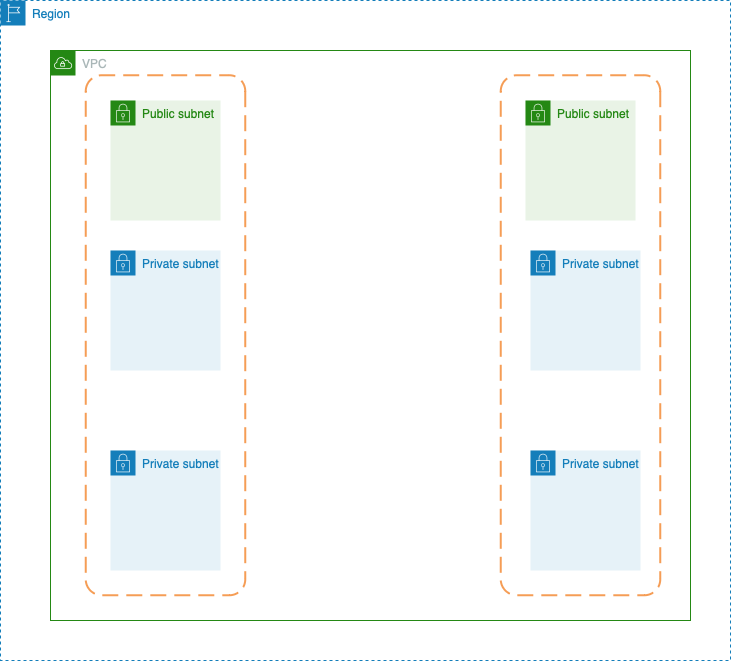
Above: modules/vpc/vpc.drawio.png in Okawuma/IAC-VPC (draw.io), before the change. Source tidied: cells renumbered, new cells last; positions are measured from the earlier drawing's top-left corner, leaving out a move shared by most shapes.
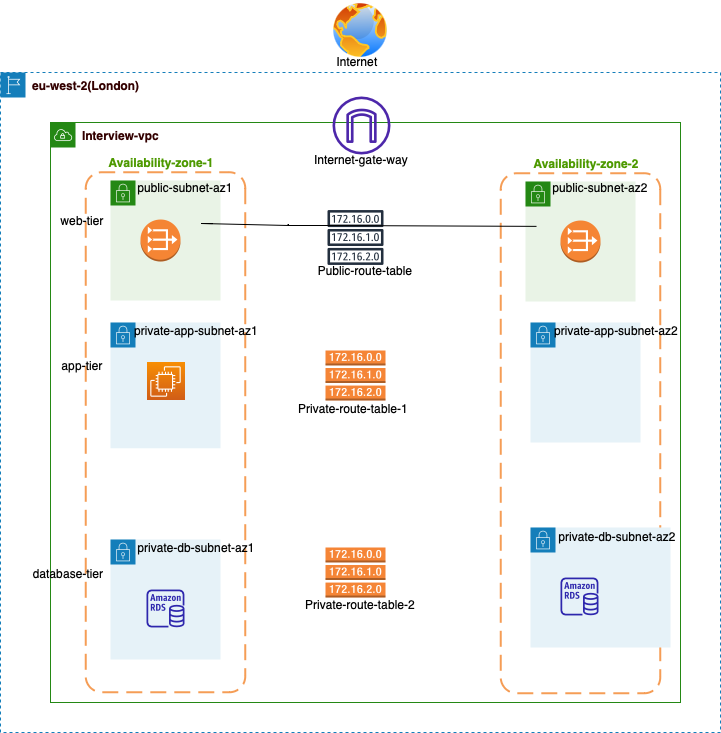
Above is the later version.

Change to the diagram source:
```diff
@@ -2,35 +2,124 @@
   <root>
     <mxCell id="0" />
     <mxCell id="1" parent="0" />
-    <mxCell id="2" value="Region" style="gradientColor=none;html=1;whiteSpace=wrap;fontSize=12;fontStyle=0;shape=mxgraph.aws4.group;grIcon=mxgraph.aws4.group_region;strokeColor=#147EBA;fillColor=none;verticalAlign=top;align=left;spacingLeft=30;fontColor=#147EBA;dashed=1;" parent="1" vertex="1">
-      <mxGeometry x="95" width="730" height="660" as="geometry" />
+    <mxCell id="2" value="&lt;font color=&quot;#330000&quot;&gt;&lt;b&gt;eu-west-2(London)&lt;/b&gt;&lt;/font&gt;" style="gradientColor=none;html=1;whiteSpace=wrap;fontSize=12;fontStyle=0;shape=mxgraph.aws4.group;grIcon=mxgraph.aws4.group_region;strokeColor=#147EBA;fillColor=none;verticalAlign=top;align=left;spacingLeft=30;fontColor=#147EBA;dashed=1;" parent="1" vertex="1">
+      <mxGeometry x="95" width="720" height="660" as="geometry" />
     </mxCell>
-    <mxCell id="3" value="VPC" style="gradientColor=none;html=1;whiteSpace=wrap;fontSize=12;fontStyle=0;shape=mxgraph.aws4.group;grIcon=mxgraph.aws4.group_vpc;strokeColor=#248814;fillColor=none;verticalAlign=top;align=left;spacingLeft=30;fontColor=#AAB7B8;dashed=0;" parent="1" vertex="1">
-      <mxGeometry x="145" y="50" width="640" height="570" as="geometry" />
+    <mxCell id="3" value="&lt;font color=&quot;#330000&quot;&gt;&lt;span style=&quot;caret-color: rgb(51, 0, 0);&quot;&gt;&lt;b&gt;Interview-vpc&lt;/b&gt;&lt;/span&gt;&lt;/font&gt;" style="gradientColor=none;html=1;whiteSpace=wrap;fontSize=12;fontStyle=0;shape=mxgraph.aws4.group;grIcon=mxgraph.aws4.group_vpc;strokeColor=#248814;fillColor=none;verticalAlign=top;align=left;spacingLeft=30;fontColor=#AAB7B8;dashed=0;" parent="1" vertex="1">
+      <mxGeometry x="145" y="50" width="630" height="580" as="geometry" />
     </mxCell>
     <mxCell id="4" style="rounded=1;arcSize=10;dashed=1;strokeColor=#F59D56;fillColor=none;gradientColor=none;dashPattern=8 4;strokeWidth=2;rotation=90;fontStyle=1;" parent="3" vertex="1">
-      <mxGeometry x="-145" y="205" width="520" height="159.5" as="geometry" />
+      <mxGeometry x="-145" y="230" width="520" height="159.5" as="geometry" />
     </mxCell>
-    <mxCell id="5" value="Public subnet" style="gradientColor=none;html=1;whiteSpace=wrap;fontSize=12;fontStyle=0;shape=mxgraph.aws4.group;grIcon=mxgraph.aws4.group_security_group;grStroke=0;strokeColor=#248814;fillColor=#E9F3E6;verticalAlign=top;align=left;spacingLeft=30;fontColor=#248814;dashed=0;" parent="3" vertex="1">
-      <mxGeometry x="60" y="50" width="110" height="120" as="geometry" />
+    <mxCell id="5" style="gradientColor=none;html=1;whiteSpace=wrap;fontSize=12;fontStyle=0;shape=mxgraph.aws4.group;grIcon=mxgraph.aws4.group_security_group;grStroke=0;strokeColor=#248814;fillColor=#E9F3E6;verticalAlign=top;align=left;spacingLeft=30;fontColor=#248814;dashed=0;" parent="3" vertex="1">
+      <mxGeometry x="60" y="58" width="110" height="120" as="geometry" />
     </mxCell>
+    <mxCell id="12" style="dashed=0;verticalLabelPosition=bottom;verticalAlign=top;align=center;html=1;shape=mxgraph.aws3.vpc_nat_gateway;fillColor=#F58534;gradientColor=none;" parent="5" vertex="1">
+      <mxGeometry x="30" y="39" width="40" height="42" as="geometry" />
+    </mxCell>
+    <mxCell id="13" value="public-subnet-az1" style="text;html=1;strokeColor=none;fillColor=none;align=center;verticalAlign=middle;whiteSpace=wrap;rounded=0;" parent="5" vertex="1">
+      <mxGeometry x="20" y="-8" width="110" height="30" as="geometry" />
+    </mxCell>
     <mxCell id="6" style="rounded=1;arcSize=10;dashed=1;strokeColor=#F59D56;fillColor=none;gradientColor=none;dashPattern=8 4;strokeWidth=2;rotation=90;" parent="3" vertex="1">
-      <mxGeometry x="270" y="205" width="520" height="159.5" as="geometry" />
+      <mxGeometry x="270" y="231" width="520" height="159.5" as="geometry" />
     </mxCell>
-    <mxCell id="7" value="Public subnet" style="gradientColor=none;html=1;whiteSpace=wrap;fontSize=12;fontStyle=0;shape=mxgraph.aws4.group;grIcon=mxgraph.aws4.group_security_group;grStroke=0;strokeColor=#248814;fillColor=#E9F3E6;verticalAlign=top;align=left;spacingLeft=30;fontColor=#248814;dashed=0;" parent="3" vertex="1">
-      <mxGeometry x="475" y="50" width="110" height="120" as="geometry" />
+    <mxCell id="7" style="gradientColor=none;html=1;whiteSpace=wrap;fontSize=12;fontStyle=0;shape=mxgraph.aws4.group;grIcon=mxgraph.aws4.group_security_group;grStroke=0;strokeColor=#248814;fillColor=#E9F3E6;verticalAlign=top;align=left;spacingLeft=30;fontColor=#248814;dashed=0;" parent="3" vertex="1">
+      <mxGeometry x="475" y="59" width="110" height="120" as="geometry" />
     </mxCell>
+    <mxCell id="14" style="dashed=0;verticalLabelPosition=bottom;verticalAlign=top;align=center;html=1;shape=mxgraph.aws3.vpc_nat_gateway;fillColor=#F58534;gradientColor=none;" parent="7" vertex="1">
+      <mxGeometry x="35" y="39" width="40" height="42" as="geometry" />
+    </mxCell>
-    <mxCell id="8" value="Private subnet" style="gradientColor=none;html=1;whiteSpace=wrap;fontSize=12;fontStyle=0;shape=mxgraph.aws4.group;grIcon=mxgraph.aws4.group_security_group;grStroke=0;strokeColor=#147EBA;fillColor=#E6F2F8;verticalAlign=top;align=left;spacingLeft=30;fontColor=#147EBA;dashed=0;" parent="3" vertex="1">
-      <mxGeometry x="60" y="200" width="110" height="120" as="geometry" />
+    <mxCell id="8" style="gradientColor=none;html=1;whiteSpace=wrap;fontSize=12;fontStyle=0;shape=mxgraph.aws4.group;grIcon=mxgraph.aws4.group_security_group;grStroke=0;strokeColor=#147EBA;fillColor=#E6F2F8;verticalAlign=top;align=left;spacingLeft=30;fontColor=#147EBA;dashed=0;" parent="3" vertex="1">
+      <mxGeometry x="60" y="200" width="110" height="125.8" as="geometry" />
     </mxCell>
-    <mxCell id="9" value="Private subnet" style="gradientColor=none;html=1;whiteSpace=wrap;fontSize=12;fontStyle=0;shape=mxgraph.aws4.group;grIcon=mxgraph.aws4.group_security_group;grStroke=0;strokeColor=#147EBA;fillColor=#E6F2F8;verticalAlign=top;align=left;spacingLeft=30;fontColor=#147EBA;dashed=0;" parent="3" vertex="1">
-      <mxGeometry x="60" y="400" width="110" height="120" as="geometry" />
+    <mxCell id="9" style="gradientColor=none;html=1;whiteSpace=wrap;fontSize=12;fontStyle=0;shape=mxgraph.aws4.group;grIcon=mxgraph.aws4.group_security_group;grStroke=0;strokeColor=#147EBA;fillColor=#E6F2F8;verticalAlign=top;align=left;spacingLeft=30;fontColor=#147EBA;dashed=0;" parent="3" vertex="1">
+      <mxGeometry x="60" y="417" width="110" height="120" as="geometry" />
     </mxCell>
+    <mxCell id="15" style="sketch=0;fontColor=#232F3E;gradientColor=none;fillColor=#2E27AD;strokeColor=none;dashed=0;verticalLabelPosition=bottom;verticalAlign=top;align=center;html=1;fontSize=12;fontStyle=0;shape=mxgraph.aws4.rds_instance;" parent="9" vertex="1">
+      <mxGeometry x="36" y="50" width="38" height="38" as="geometry" />
+    </mxCell>
-    <mxCell id="10" value="Private subnet" style="gradientColor=none;html=1;whiteSpace=wrap;fontSize=12;fontStyle=0;shape=mxgraph.aws4.group;grIcon=mxgraph.aws4.group_security_group;grStroke=0;strokeColor=#147EBA;fillColor=#E6F2F8;verticalAlign=top;align=left;spacingLeft=30;fontColor=#147EBA;dashed=0;" parent="3" vertex="1">
-      <mxGeometry x="480" y="400" width="110" height="120" as="geometry" />
+    <mxCell id="10" style="gradientColor=none;html=1;whiteSpace=wrap;fontSize=12;fontStyle=0;shape=mxgraph.aws4.group;grIcon=mxgraph.aws4.group_security_group;grStroke=0;strokeColor=#147EBA;fillColor=#E6F2F8;verticalAlign=top;align=left;spacingLeft=30;fontColor=#147EBA;dashed=0;" parent="3" vertex="1">
+      <mxGeometry x="480" y="405" width="140" height="120" as="geometry" />
     </mxCell>
+    <mxCell id="16" style="sketch=0;fontColor=#232F3E;gradientColor=none;fillColor=#2E27AD;strokeColor=none;dashed=0;verticalLabelPosition=bottom;verticalAlign=top;align=center;html=1;fontSize=12;fontStyle=0;shape=mxgraph.aws4.rds_instance;" parent="10" vertex="1">
+      <mxGeometry x="30" y="50" width="38" height="38" as="geometry" />
+    </mxCell>
-    <mxCell id="11" value="Private subnet" style="gradientColor=none;html=1;whiteSpace=wrap;fontSize=12;fontStyle=0;shape=mxgraph.aws4.group;grIcon=mxgraph.aws4.group_security_group;grStroke=0;strokeColor=#147EBA;fillColor=#E6F2F8;verticalAlign=top;align=left;spacingLeft=30;fontColor=#147EBA;dashed=0;" parent="3" vertex="1">
+    <mxCell id="11" style="gradientColor=none;html=1;whiteSpace=wrap;fontSize=12;fontStyle=0;shape=mxgraph.aws4.group;grIcon=mxgraph.aws4.group_security_group;grStroke=0;strokeColor=#147EBA;fillColor=#E6F2F8;verticalAlign=top;align=left;spacingLeft=30;fontColor=#147EBA;dashed=0;" parent="3" vertex="1">
       <mxGeometry x="480" y="200" width="110" height="120" as="geometry" />
     </mxCell>
+    <mxCell id="17" value="private-app-subnet-az2" style="text;html=1;strokeColor=none;fillColor=none;align=center;verticalAlign=middle;whiteSpace=wrap;rounded=0;" parent="11" vertex="1">
+      <mxGeometry x="22" y="-7" width="128" height="30" as="geometry" />
+    </mxCell>
+    <mxCell id="18" style="sketch=0;fontColor=#232F3E;gradientColor=none;strokeColor=#232F3E;fillColor=#ffffff;dashed=0;verticalLabelPosition=bottom;verticalAlign=top;align=center;html=1;fontSize=12;fontStyle=0;shape=mxgraph.aws4.resourceIcon;resIcon=mxgraph.aws4.route_table;" parent="3" vertex="1">
+      <mxGeometry x="270" y="80" width="70" height="70" as="geometry" />
+    </mxCell>
+    <mxCell id="19" style="sketch=0;fontColor=#232F3E;gradientColor=#F78E04;gradientDirection=north;fillColor=#D05C17;strokeColor=#ffffff;dashed=0;verticalLabelPosition=bottom;verticalAlign=top;align=center;html=1;fontSize=12;fontStyle=0;shape=mxgraph.aws4.resourceIcon;resIcon=mxgraph.aws4.ec2;" parent="3" vertex="1">
+      <mxGeometry x="96" y="240" width="38" height="38" as="geometry" />
+    </mxCell>
+    <mxCell id="20" style="sketch=0;fontColor=#232F3E;gradientColor=none;fillColor=#4D27AA;strokeColor=none;dashed=0;verticalLabelPosition=bottom;verticalAlign=top;align=center;html=1;fontSize=12;fontStyle=0;shape=mxgraph.aws4.internet_gateway;" parent="3" vertex="1">
+      <mxGeometry x="282" y="-26" width="58" height="58" as="geometry" />
+    </mxCell>
+    <mxCell id="21" style="dashed=0;verticalLabelPosition=bottom;verticalAlign=top;align=center;html=1;shape=mxgraph.aws3.route_table;fillColor=#F58536;gradientColor=none;" parent="3" vertex="1">
+      <mxGeometry x="275" y="228" width="60" height="50" as="geometry" />
+    </mxCell>
+    <mxCell id="22" style="dashed=0;verticalLabelPosition=bottom;verticalAlign=top;align=center;html=1;shape=mxgraph.aws3.route_table;fillColor=#F58536;gradientColor=none;" parent="3" vertex="1">
+      <mxGeometry x="275" y="425" width="60" height="50" as="geometry" />
+    </mxCell>
+    <mxCell id="23" value="Internet-gate-way" style="text;html=1;strokeColor=none;fillColor=none;align=center;verticalAlign=middle;whiteSpace=wrap;rounded=0;" parent="3" vertex="1">
+      <mxGeometry x="256" y="22" width="110" height="30" as="geometry" />
+    </mxCell>
+    <mxCell id="24" value="Private-route-table-1" style="text;html=1;strokeColor=none;fillColor=none;align=center;verticalAlign=middle;whiteSpace=wrap;rounded=0;" parent="3" vertex="1">
+      <mxGeometry x="243" y="271" width="120" height="30" as="geometry" />
+    </mxCell>
+    <mxCell id="25" value="Private-route-table-2" style="text;html=1;strokeColor=none;fillColor=none;align=center;verticalAlign=middle;whiteSpace=wrap;rounded=0;" parent="3" vertex="1">
+      <mxGeometry x="250" y="467" width="120" height="30" as="geometry" />
+    </mxCell>
+    <mxCell id="26" value="Public-route-table" style="text;html=1;strokeColor=none;fillColor=none;align=center;verticalAlign=middle;whiteSpace=wrap;rounded=0;" parent="3" vertex="1">
+      <mxGeometry x="260" y="133" width="110" height="30" as="geometry" />
+    </mxCell>
+    <mxCell id="27" value="web-tier" style="text;html=1;strokeColor=none;fillColor=none;align=center;verticalAlign=middle;whiteSpace=wrap;rounded=0;" parent="3" vertex="1">
+      <mxGeometry x="-13" y="83" width="90" height="30" as="geometry" />
+    </mxCell>
+    <mxCell id="28" value="app-tier" style="text;html=1;strokeColor=none;fillColor=none;align=center;verticalAlign=middle;whiteSpace=wrap;rounded=0;" parent="3" vertex="1">
+      <mxGeometry x="-13" y="228" width="90" height="30" as="geometry" />
+    </mxCell>
+    <mxCell id="29" value="database-tier" style="text;html=1;strokeColor=none;fillColor=none;align=center;verticalAlign=middle;whiteSpace=wrap;rounded=0;" parent="3" vertex="1">
+      <mxGeometry x="-27" y="436" width="90" height="30" as="geometry" />
+    </mxCell>
+    <mxCell id="30" value="private-app-subnet-az1" style="text;html=1;strokeColor=none;fillColor=none;align=center;verticalAlign=middle;whiteSpace=wrap;rounded=0;" parent="3" vertex="1">
+      <mxGeometry x="82" y="193" width="128" height="30" as="geometry" />
+    </mxCell>
+    <mxCell id="31" value="public-subnet-az2" style="text;html=1;strokeColor=none;fillColor=none;align=center;verticalAlign=middle;whiteSpace=wrap;rounded=0;" parent="3" vertex="1">
+      <mxGeometry x="495" y="50" width="110" height="30" as="geometry" />
+    </mxCell>
+    <mxCell id="32" value="private-db-subnet-az1" style="text;html=1;strokeColor=none;fillColor=none;align=center;verticalAlign=middle;whiteSpace=wrap;rounded=0;" parent="3" vertex="1">
+      <mxGeometry x="82" y="410" width="128" height="30" as="geometry" />
+    </mxCell>
+    <mxCell id="33" value="private-db-subnet-az2" style="text;html=1;strokeColor=none;fillColor=none;align=center;verticalAlign=middle;whiteSpace=wrap;rounded=0;" parent="3" vertex="1">
+      <mxGeometry x="504" y="399" width="126" height="30" as="geometry" />
+    </mxCell>
+    <mxCell id="34" value="&lt;b&gt;Availability-zone-1&lt;/b&gt;" style="text;html=1;strokeColor=none;fillColor=none;align=center;verticalAlign=middle;whiteSpace=wrap;rounded=0;fontColor=#4D9900;" parent="3" vertex="1">
+      <mxGeometry x="56" y="25" width="110" height="30" as="geometry" />
+    </mxCell>
+    <mxCell id="35" value="&lt;b&gt;Availability-zone-2&lt;/b&gt;" style="text;html=1;strokeColor=none;fillColor=none;align=center;verticalAlign=middle;whiteSpace=wrap;rounded=0;fontColor=#4D9900;" parent="3" vertex="1">
+      <mxGeometry x="481" y="26" width="110" height="30" as="geometry" />
+    </mxCell>
+    <mxCell id="36" style="endArrow=none;html=1;rounded=0;exitX=0.106;exitY=1.014;exitDx=0;exitDy=0;exitPerimeter=0;entryX=0.855;entryY=0.145;entryDx=0;entryDy=0;entryPerimeter=0;" parent="3" edge="1">
+      <mxGeometry relative="1" as="geometry">
+        <mxPoint x="486" y="103.9" as="sourcePoint" />
+        <mxPoint x="162.2" y="101.1" as="targetPoint" />
+        <Array as="points">
+          <mxPoint x="278" y="103" />
+          <mxPoint x="238" y="103" />
+          <mxPoint x="151" y="101" />
+        </Array>
+      </mxGeometry>
+    </mxCell>
+    <mxCell id="37" style="image;perimeter=ellipsePerimeter;html=1;align=center;shadow=0;dashed=0;spacingTop=3;image=img/lib/active_directory/internet_globe.svg;" parent="1" vertex="1">
+      <mxGeometry x="425" y="-72" width="60" height="60" as="geometry" />
+    </mxCell>
+    <mxCell id="38" value="Internet" style="text;html=1;strokeColor=none;fillColor=none;align=center;verticalAlign=middle;whiteSpace=wrap;rounded=0;" parent="1" vertex="1">
+      <mxGeometry x="397" y="-26" width="110" height="30" as="geometry" />
+    </mxCell>
   </root>
 </mxGraphModel>
```
